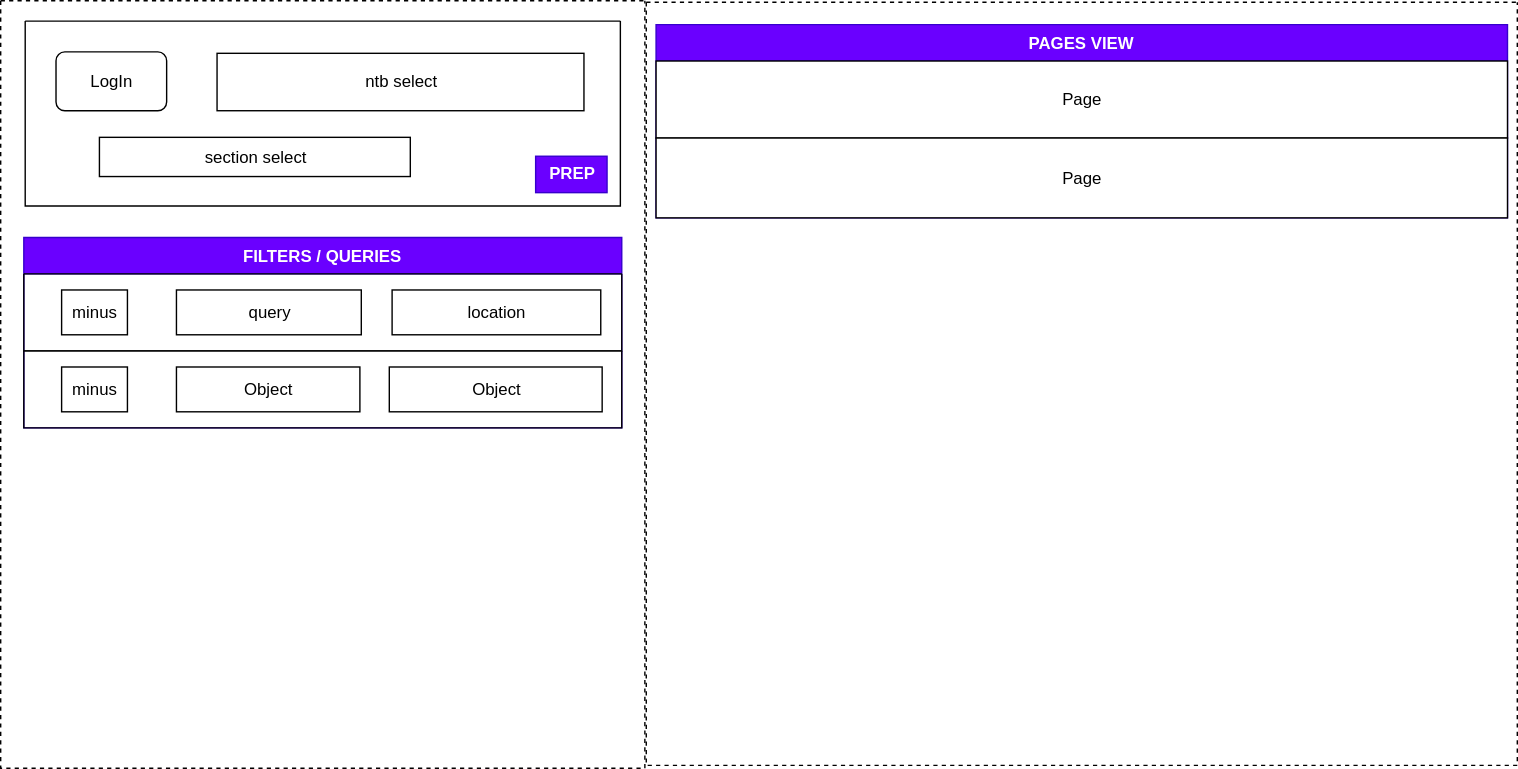
Above: src/resources/wireframes.drawio.svg in simik394/1note-organizer (draw.io), before the change. Source tidied: cells renumbered, new cells last; positions are measured from the earlier drawing's top-left corner, leaving out a move shared by most shapes.
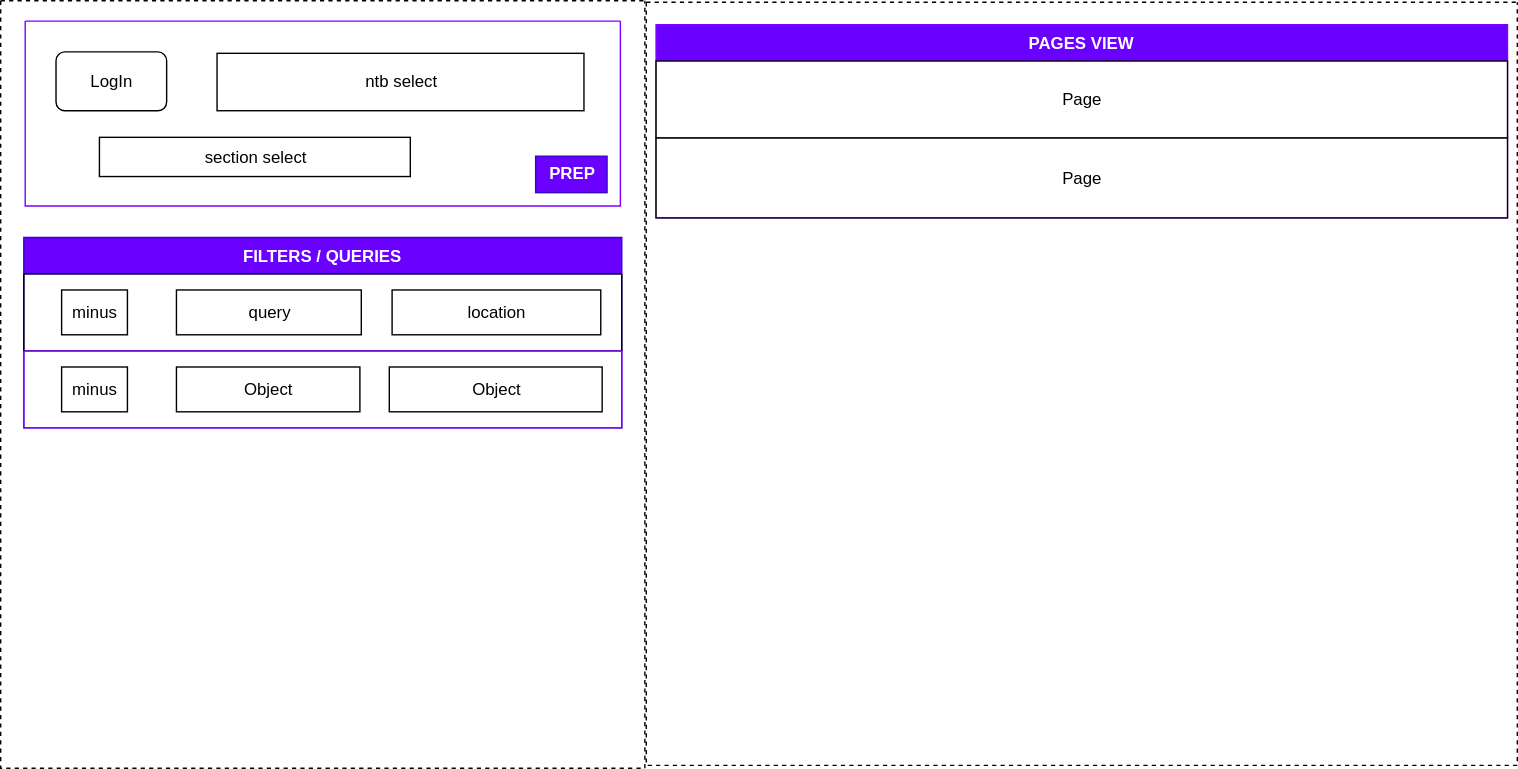
After the change.

Diff of the diagram source:
```diff
@@ -5,7 +5,7 @@
     <mxCell id="2" style="swimlane;startSize=0;dashed=1;" parent="1" vertex="1">
       <mxGeometry x="461" y="1" width="622" height="545" as="geometry" />
     </mxCell>
-    <mxCell id="3" value="PAGES VIEW" style="swimlane;fontStyle=1;align=center;verticalAlign=top;horizontal=1;startSize=26;fillColor=#6a00ff;fontColor=#ffffff;strokeColor=#3700CC;" parent="2" vertex="1">
+    <mxCell id="3" value="PAGES VIEW" style="swimlane;fontStyle=1;align=center;verticalAlign=top;horizontal=1;startSize=26;fillColor=#6a00ff;fontColor=#ffffff;strokeColor=#7F00FF;" parent="2" vertex="1">
       <mxGeometry x="7" y="16" width="608" height="138" as="geometry" />
     </mxCell>
     <mxCell id="4" value="Page" style="html=1;" parent="3" vertex="1">
@@ -17,7 +17,7 @@
     <mxCell id="6" style="swimlane;startSize=0;strokeColor=default;dashed=1;" parent="1" vertex="1">
       <mxGeometry width="460" height="548" as="geometry" />
     </mxCell>
-    <mxCell id="7" style="swimlane;startSize=0;" parent="6" vertex="1">
+    <mxCell id="7" style="swimlane;startSize=0;strokeColor=#7F00FF;" parent="6" vertex="1">
       <mxGeometry x="17.5" y="14.5" width="425" height="132" as="geometry" />
     </mxCell>
     <mxCell id="8" value="section select" style="html=1;" parent="7" vertex="1">
@@ -47,7 +47,7 @@
     <mxCell id="16" value="location" style="html=1;" parent="13" vertex="1">
       <mxGeometry x="263" y="11.5" width="149" height="32" as="geometry" />
     </mxCell>
-    <mxCell id="17" style="swimlane;startSize=0;" parent="12" vertex="1">
+    <mxCell id="17" style="swimlane;startSize=0;strokeColor=#7F00FF;" parent="12" vertex="1">
       <mxGeometry y="81" width="427" height="55" as="geometry" />
     </mxCell>
     <mxCell id="18" value="minus" style="html=1;" parent="17" vertex="1">
```
